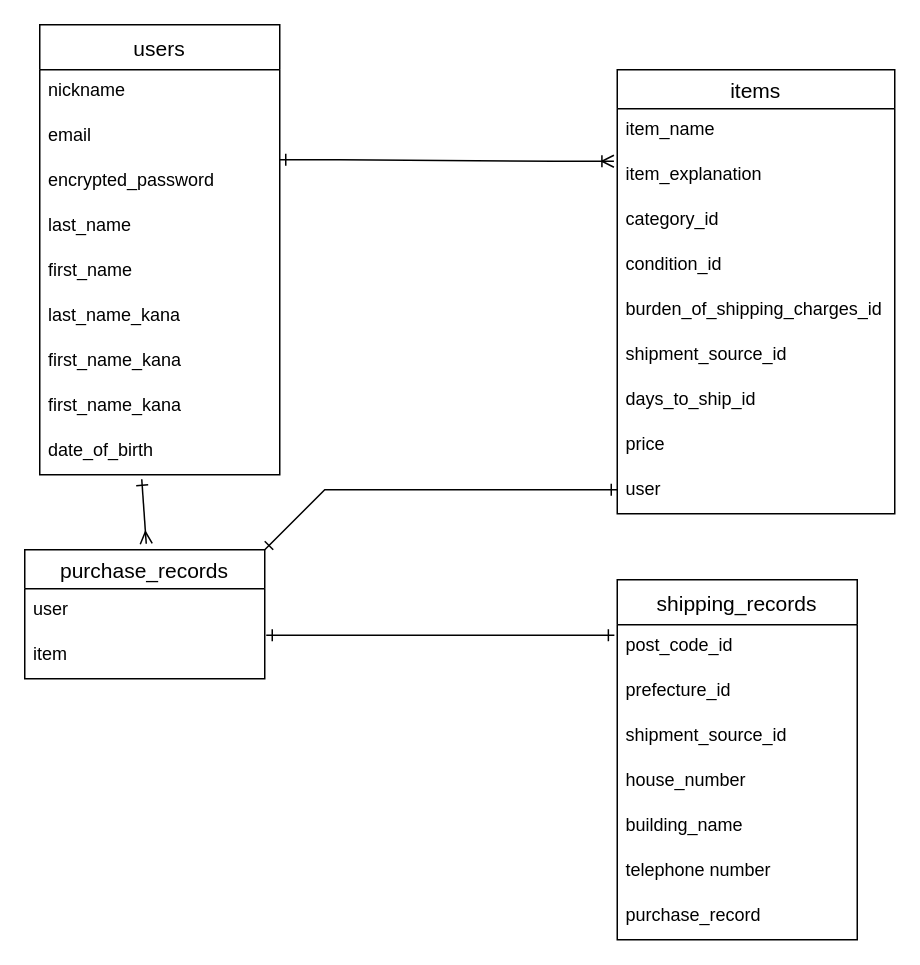
Before: furima.dio in Yukibou-jp/furima-37187, a draw.io diagram. Source tidied: cells renumbered, new cells numbered last; positions are measured from the earlier drawing's top-left corner, leaving out a move shared by most shapes. Both pictures are drawn from the tidied source at 150%, with x=0, y=0 at pixel (24, 24).
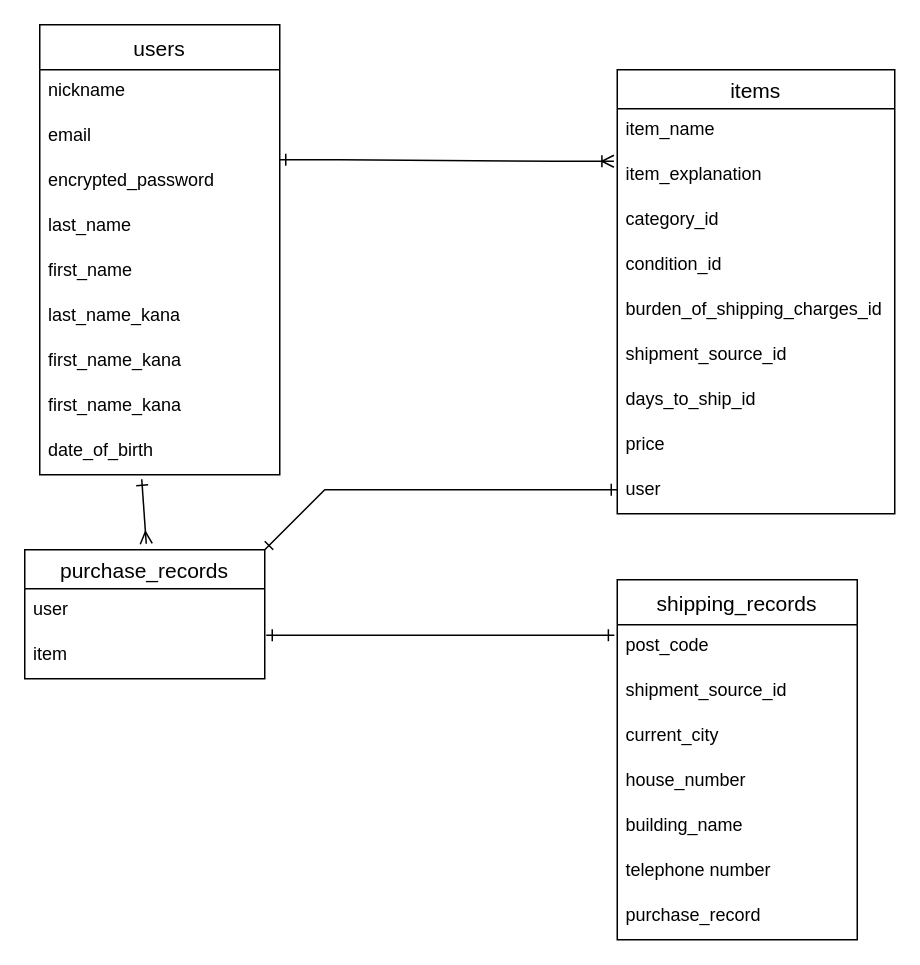
The same diagram, later.

Unchanged cells that the change refers to:
```xml
<mxCell id="24" value="shipping_records" style="swimlane;fontStyle=0;horizontal=1;startSize=30;align=center;fontSize=14;" parent="1" vertex="1">
  <mxGeometry x="395" y="370" width="160" height="240" as="geometry" />
</mxCell>
```

Diff of the diagram source:
```diff
@@
-    <mxCell id="25" value="post_code_id" style="text;strokeColor=none;fillColor=none;spacingLeft=4;spacingRight=4;overflow=hidden;points=[[0,0.5],[1,0.5]];portConstraint=eastwest;fontSize=12;" parent="24" vertex="1">
+    <mxCell id="25" value="post_code" style="text;strokeColor=none;fillColor=none;spacingLeft=4;spacingRight=4;overflow=hidden;points=[[0,0.5],[1,0.5]];portConstraint=eastwest;fontSize=12;" parent="24" vertex="1">
       <mxGeometry y="30" width="160" height="30" as="geometry" />
     </mxCell>
-    <mxCell id="26" value="prefecture_id" style="text;strokeColor=none;fillColor=none;spacingLeft=4;spacingRight=4;overflow=hidden;fontSize=12;" parent="24" vertex="1">
+    <mxCell id="26" value="shipment_source_id" style="text;strokeColor=none;fillColor=none;spacingLeft=4;spacingRight=4;overflow=hidden;fontSize=12;" parent="24" vertex="1">
       <mxGeometry y="60" width="160" height="30" as="geometry" />
     </mxCell>
-    <mxCell id="27" value="shipment_source_id" style="text;strokeColor=none;fillColor=none;spacingLeft=4;spacingRight=4;overflow=hidden;fontSize=12;" parent="24" vertex="1">
+    <mxCell id="27" value="current_city" style="text;strokeColor=none;fillColor=none;spacingLeft=4;spacingRight=4;overflow=hidden;fontSize=12;" parent="24" vertex="1">
       <mxGeometry y="90" width="160" height="30" as="geometry" />
     </mxCell>
```
